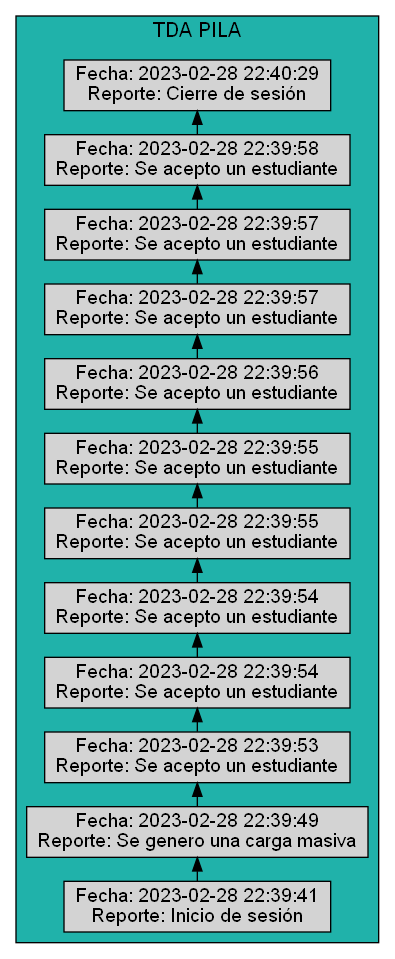
Above: Pila.png in MaxDuran08/EDD_1S2023_PY_201902219 (Graphviz), before the change. Its source is kept beside it as Pila.dot. The source it was exported from:
```dot
digraph L{
        rankdir=RL
        subgraph cluster_1{
            label = "TDA PILA"
            fontname="Arial"
            bgcolor = lightseagreen

            fontsize=15.0

            node[shape=box fillcolor="" style="filled"]
1 [ label="Fecha: 2023-02-28 22:40:29\nReporte: Cierre de sesión",fontsize="14",fontname="Arial"];
2 [ label="Fecha: 2023-02-28 22:39:58\nReporte: Se acepto un estudiante",fontsize="14",fontname="Arial"];
3 [ label="Fecha: 2023-02-28 22:39:57\nReporte: Se acepto un estudiante",fontsize="14",fontname="Arial"];
4 [ label="Fecha: 2023-02-28 22:39:57\nReporte: Se acepto un estudiante",fontsize="14",fontname="Arial"];
5 [ label="Fecha: 2023-02-28 22:39:56\nReporte: Se acepto un estudiante",fontsize="14",fontname="Arial"];
6 [ label="Fecha: 2023-02-28 22:39:55\nReporte: Se acepto un estudiante",fontsize="14",fontname="Arial"];
7 [ label="Fecha: 2023-02-28 22:39:55\nReporte: Se acepto un estudiante",fontsize="14",fontname="Arial"];
8 [ label="Fecha: 2023-02-28 22:39:54\nReporte: Se acepto un estudiante",fontsize="14",fontname="Arial"];
9 [ label="Fecha: 2023-02-28 22:39:54\nReporte: Se acepto un estudiante",fontsize="14",fontname="Arial"];
10 [ label="Fecha: 2023-02-28 22:39:53\nReporte: Se acepto un estudiante",fontsize="14",fontname="Arial"];
11 [ label="Fecha: 2023-02-28 22:39:49\nReporte: Se genero una carga masiva",fontsize="14",fontname="Arial"];
12 [ label="Fecha: 2023-02-28 22:39:41\nReporte: Inicio de sesión",fontsize="14",fontname="Arial"];
rank=same{12->11->10->9->8->7->6->5->4->3->2->1}
        }

}
```
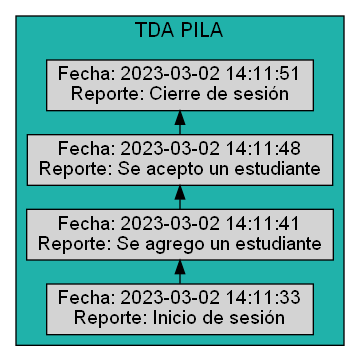
Later version of the same file.

What changed in the source:
```diff
@@ -8,19 +8,11 @@
             fontsize=15.0
 
             node[shape=box fillcolor="" style="filled"]
-1 [ label="Fecha: 2023-02-28 22:40:29\nReporte: Cierre de sesión",fontsize="14",fontname="Arial"];
-2 [ label="Fecha: 2023-02-28 22:39:58\nReporte: Se acepto un estudiante",fontsize="14",fontname="Arial"];
-3 [ label="Fecha: 2023-02-28 22:39:57\nReporte: Se acepto un estudiante",fontsize="14",fontname="Arial"];
-4 [ label="Fecha: 2023-02-28 22:39:57\nReporte: Se acepto un estudiante",fontsize="14",fontname="Arial"];
-5 [ label="Fecha: 2023-02-28 22:39:56\nReporte: Se acepto un estudiante",fontsize="14",fontname="Arial"];
-6 [ label="Fecha: 2023-02-28 22:39:55\nReporte: Se acepto un estudiante",fontsize="14",fontname="Arial"];
-7 [ label="Fecha: 2023-02-28 22:39:55\nReporte: Se acepto un estudiante",fontsize="14",fontname="Arial"];
-8 [ label="Fecha: 2023-02-28 22:39:54\nReporte: Se acepto un estudiante",fontsize="14",fontname="Arial"];
-9 [ label="Fecha: 2023-02-28 22:39:54\nReporte: Se acepto un estudiante",fontsize="14",fontname="Arial"];
-10 [ label="Fecha: 2023-02-28 22:39:53\nReporte: Se acepto un estudiante",fontsize="14",fontname="Arial"];
-11 [ label="Fecha: 2023-02-28 22:39:49\nReporte: Se genero una carga masiva",fontsize="14",fontname="Arial"];
-12 [ label="Fecha: 2023-02-28 22:39:41\nReporte: Inicio de sesión",fontsize="14",fontname="Arial"];
-rank=same{12->11->10->9->8->7->6->5->4->3->2->1}
+1 [ label="Fecha: 2023-03-02 14:11:51\nReporte: Cierre de sesión",fontsize="14",fontname="Arial"];
+2 [ label="Fecha: 2023-03-02 14:11:48\nReporte: Se acepto un estudiante",fontsize="14",fontname="Arial"];
+3 [ label="Fecha: 2023-03-02 14:11:41\nReporte: Se agrego un estudiante",fontsize="14",fontname="Arial"];
+4 [ label="Fecha: 2023-03-02 14:11:33\nReporte: Inicio de sesión",fontsize="14",fontname="Arial"];
+rank=same{4->3->2->1}
         }
 
 }
```
